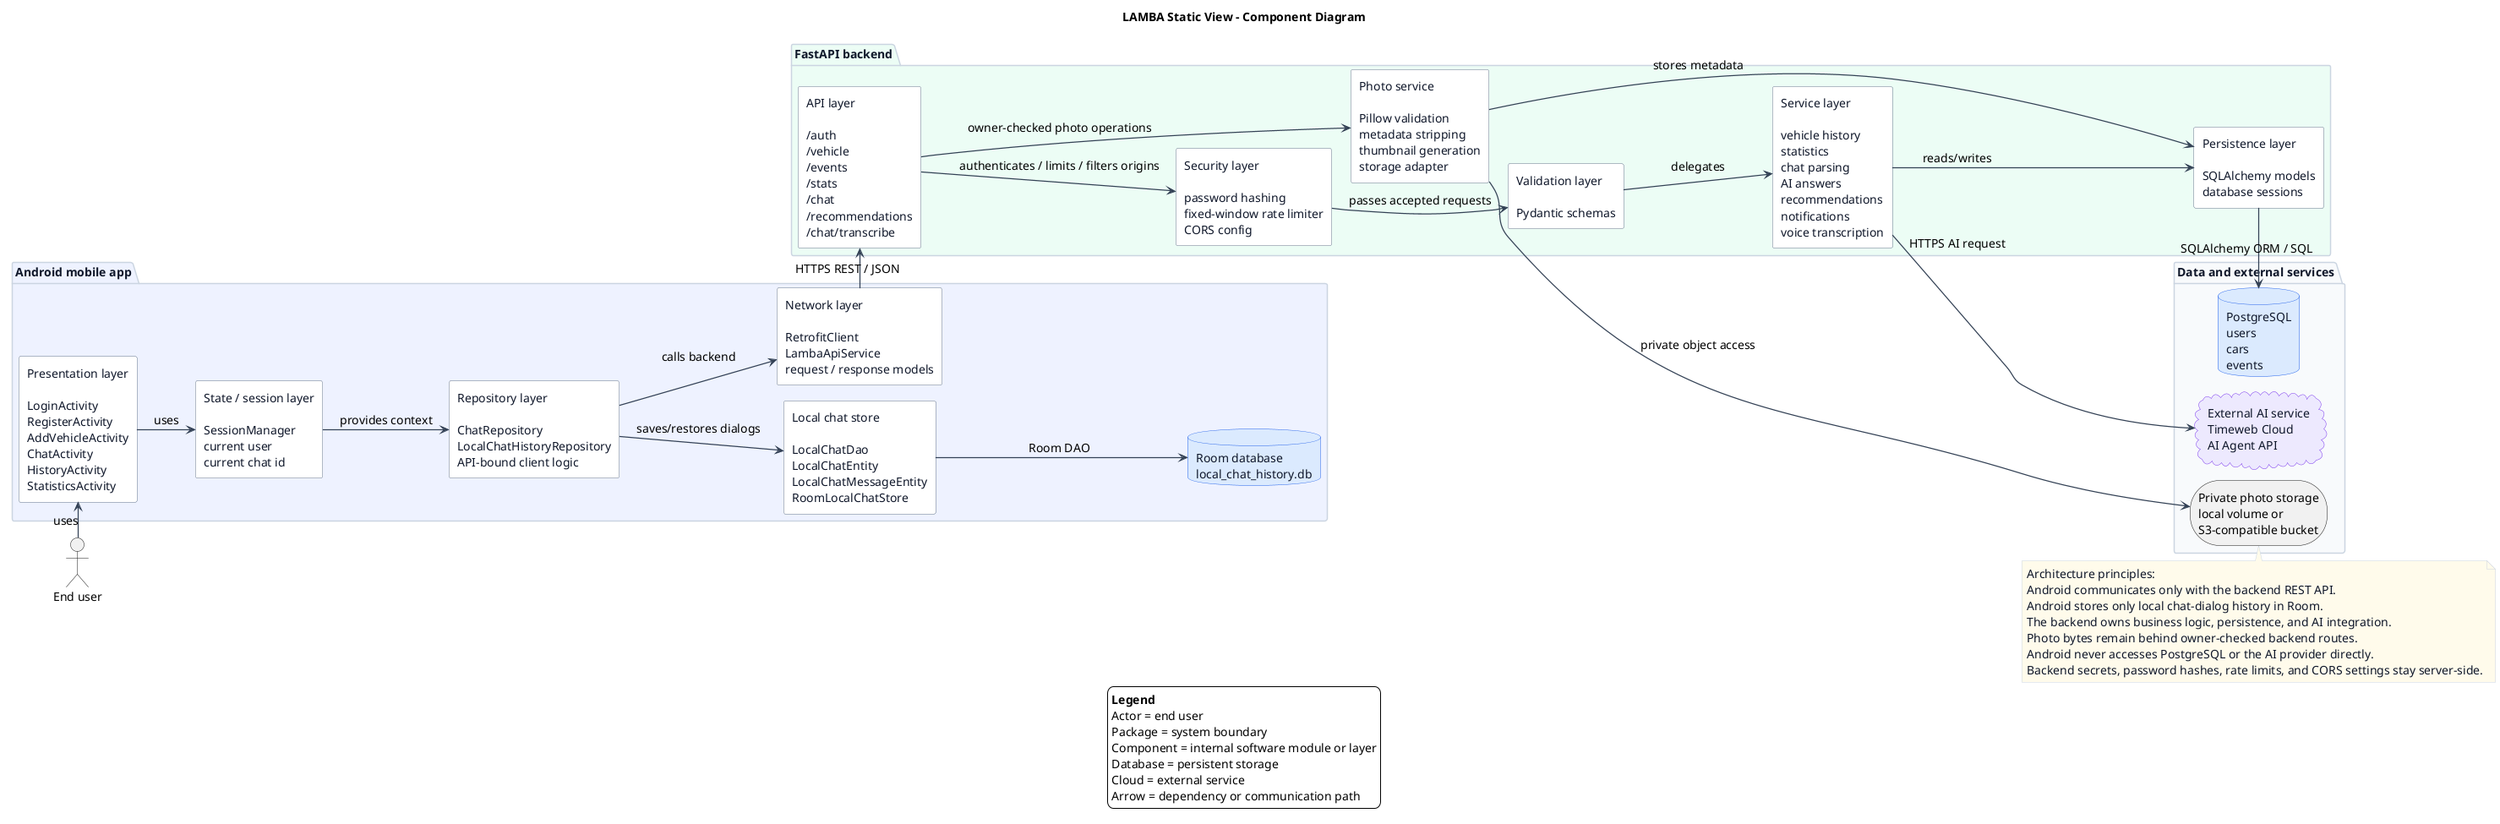
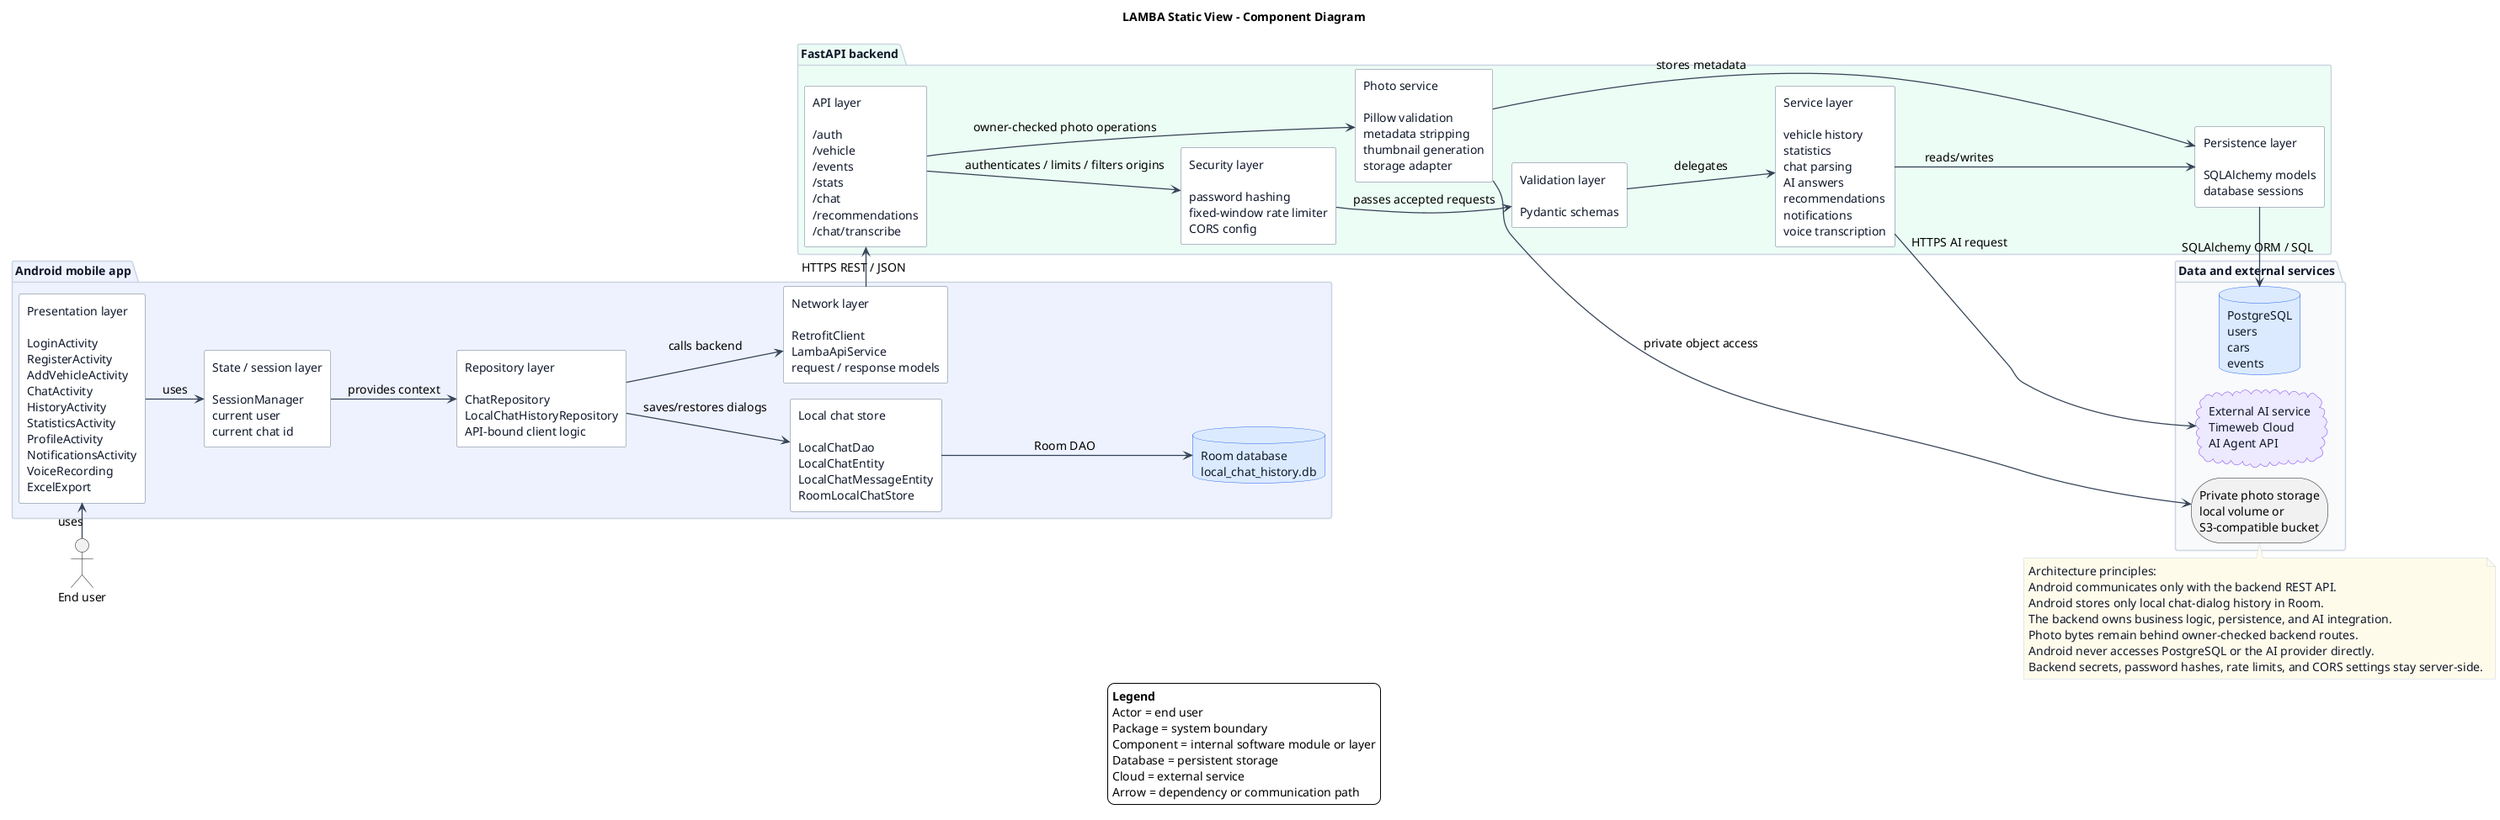
@startuml
title LAMBA Static View - Component Diagram

!pragma layout smetana
left to right direction

skinparam shadowing false
skinparam backgroundColor #FFFFFF
skinparam defaultFontName Arial
skinparam defaultFontSize 14
skinparam nodesep 55
skinparam ranksep 70
skinparam linetype ortho
skinparam ArrowColor #334155
skinparam ArrowThickness 1.25
skinparam componentStyle rectangle

skinparam package {
  BorderColor #CBD5E1
  FontColor #0F172A
  FontStyle bold
  BackgroundColor #F8FAFC
}
skinparam component {
  BorderColor #64748B
  BackgroundColor #FFFFFF
  FontColor #0F172A
}
skinparam database {
  BorderColor #2563EB
  BackgroundColor #DBEAFE
  FontColor #0F172A
}
skinparam cloud {
  BorderColor #7C3AED
  BackgroundColor #EDE9FE
  FontColor #0F172A
}
skinparam note {
  BorderColor #CBD5E1
  BackgroundColor #FFFBEB
  FontColor #0F172A
}

actor "End user" as User

package "Android mobile app" #EEF2FF {
-   component "Presentation layer\n\nLoginActivity\nRegisterActivity\nAddVehicleActivity\nChatActivity\nHistoryActivity\nStatisticsActivity" as AndroidPresentation
+   component "Presentation layer\n\nLoginActivity\nRegisterActivity\nAddVehicleActivity\nChatActivity\nHistoryActivity\nStatisticsActivity\nProfileActivity\nNotificationsActivity\nVoiceRecording\nExcelExport" as AndroidPresentation
  component "State / session layer\n\nSessionManager\ncurrent user\ncurrent chat id" as AndroidState
  component "Repository layer\n\nChatRepository\nLocalChatHistoryRepository\nAPI-bound client logic" as AndroidRepository
  component "Local chat store\n\nLocalChatDao\nLocalChatEntity\nLocalChatMessageEntity\nRoomLocalChatStore" as AndroidLocalStore
  component "Network layer\n\nRetrofitClient\nLambaApiService\nrequest / response models" as AndroidNetwork
  database "Room database\nlocal_chat_history.db" as RoomDb

  AndroidPresentation -down-> AndroidState : uses
  AndroidState -down-> AndroidRepository : provides context
  AndroidRepository -down-> AndroidLocalStore : saves/restores dialogs
  AndroidLocalStore -down-> RoomDb : Room DAO
  AndroidRepository -down-> AndroidNetwork : calls backend
}

package "FastAPI backend" #ECFDF5 {
  component "API layer\n\n/auth\n/vehicle\n/events\n/stats\n/chat\n/recommendations\n/chat/transcribe" as BackendApi
  component "Security layer\n\npassword hashing\nfixed-window rate limiter\nCORS config" as BackendSecurity
  component "Validation layer\n\nPydantic schemas" as BackendValidation
  component "Service layer\n\nvehicle history\nstatistics\nchat parsing\nAI answers\nrecommendations\nnotifications\nvoice transcription" as BackendServices
  component "Photo service\n\nPillow validation\nmetadata stripping\nthumbnail generation\nstorage adapter" as PhotoService
  component "Persistence layer\n\nSQLAlchemy models\ndatabase sessions" as BackendPersistence

  BackendApi -down-> BackendSecurity : authenticates / limits / filters origins
  BackendSecurity -down-> BackendValidation : passes accepted requests
  BackendValidation -down-> BackendServices : delegates
  BackendServices -down-> BackendPersistence : reads/writes
  BackendApi -down-> PhotoService : owner-checked photo operations
  PhotoService -down-> BackendPersistence : stores metadata
}

package "Data and external services" #F8FAFC {
  cloud "External AI service\nTimeweb Cloud\nAI Agent API" as ExternalAi
  database "PostgreSQL\nusers\ncars\nevents" as Postgres
  storage "Private photo storage\nlocal volume or\nS3-compatible bucket" as PhotoObjects
}

User -right-> AndroidPresentation : uses
AndroidNetwork -right-> BackendApi : HTTPS REST / JSON
BackendPersistence -right-> Postgres : SQLAlchemy ORM / SQL
BackendServices -right-> ExternalAi : HTTPS AI request
PhotoService -right-> PhotoObjects : private object access

legend bottom
  <b>Legend</b>
  Actor = end user
  Package = system boundary
  Component = internal software module or layer
  Database = persistent storage
  Cloud = external service
  Arrow = dependency or communication path
endlegend

note bottom
  Architecture principles:
  Android communicates only with the backend REST API.
  Android stores only local chat-dialog history in Room.
  The backend owns business logic, persistence, and AI integration.
  Photo bytes remain behind owner-checked backend routes.
  Android never accesses PostgreSQL or the AI provider directly.
  Backend secrets, password hashes, rate limits, and CORS settings stay server-side.
end note

@enduml
